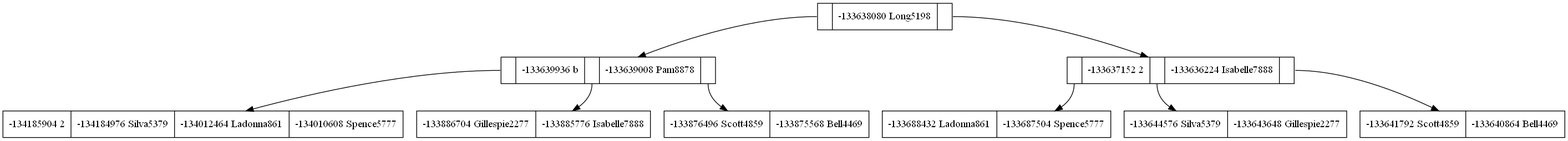
betebetoven/EDDS2F2 keeps this Graphviz diagram as arbolb.png. Above is the earlier version. Its source is kept beside it as arbolb.dot.
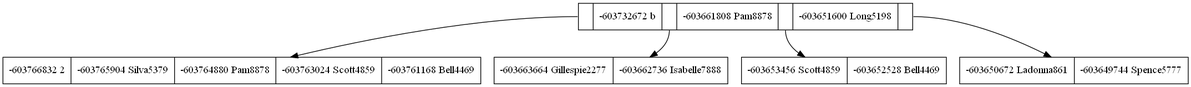
Above is the later version.

The edit, as a diff of the source:
```diff
@@ -1,39 +1,26 @@
 digraph G {
 node[shape=record]
-R0x7f32f808d840[label="<C1>|-133638080
- Long5198|<C2>"];
-R0x7f32f808d100[label="<C1>|-133639936
- b|<C2>|-133639008
- Pam8878|<C3>"];
-R0x7f32f8007c50[label="-134185904
- 2|-134184976
- Silva5379|-134012464
- Ladonna861|-134010608
+R0x7f9edc03c540[label="<C1>|-603732672
+ b|<C2>|-603661808
+ Pam8878|<C3>|-603651600
+ Long5198|<C4>"];
+R0x7f9edc033fd0[label="-603766832
+ 2|-603765904
+ Silva5379|-603764880
+ Pam8878|-603763024
+ Scott4859|-603761168
+ Bell4469"];
+R0x7f9edc04d2d0[label="-603663664
+ Gillespie2277|-603662736
+ Isabelle7888"];
+R0x7f9edc04fab0[label="-603653456
+ Scott4859|-603652528
+ Bell4469"];
+R0x7f9edc050590[label="-603650672
+ Ladonna861|-603649744
  Spence5777"];
-R0x7f32f8050d10[label="-133886704
- Gillespie2277|-133885776
- Isabelle7888"];
-R0x7f32f80534f0[label="-133876496
- Scott4859|-133875568
- Bell4469"];
-R0x7f32f808dbe0[label="<C1>|-133637152
- 2|<C2>|-133636224
- Isabelle7888|<C3>"];
-R0x7f32f8081390[label="-133688432
- Ladonna861|-133687504
- Spence5777"];
-R0x7f32f808bee0[label="-133644576
- Silva5379|-133643648
- Gillespie2277"];
-R0x7f32f808c9c0[label="-133641792
- Scott4859|-133640864
- Bell4469"];
-R0x7f32f808d840:C1->R0x7f32f808d100;
-R0x7f32f808d100:C1->R0x7f32f8007c50;
-R0x7f32f808d100:C2->R0x7f32f8050d10;
-R0x7f32f808d100:C3->R0x7f32f80534f0;
-R0x7f32f808d840:C2->R0x7f32f808dbe0;
-R0x7f32f808dbe0:C1->R0x7f32f8081390;
-R0x7f32f808dbe0:C2->R0x7f32f808bee0;
-R0x7f32f808dbe0:C3->R0x7f32f808c9c0;
+R0x7f9edc03c540:C1->R0x7f9edc033fd0;
+R0x7f9edc03c540:C2->R0x7f9edc04d2d0;
+R0x7f9edc03c540:C3->R0x7f9edc04fab0;
+R0x7f9edc03c540:C4->R0x7f9edc050590;
 }
```
